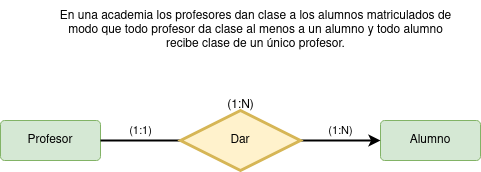
Angel-L-G/Base-Datos keeps this draw.io diagram as tareas base de datos/Actividades_Esquemas/Actividades_Esquemas/ejercicio_1.drawio.png. Above is the earlier version. Source tidied: cells renumbered, new cells last; positions are measured from the earlier drawing's top-left corner, leaving out a move shared by most shapes.
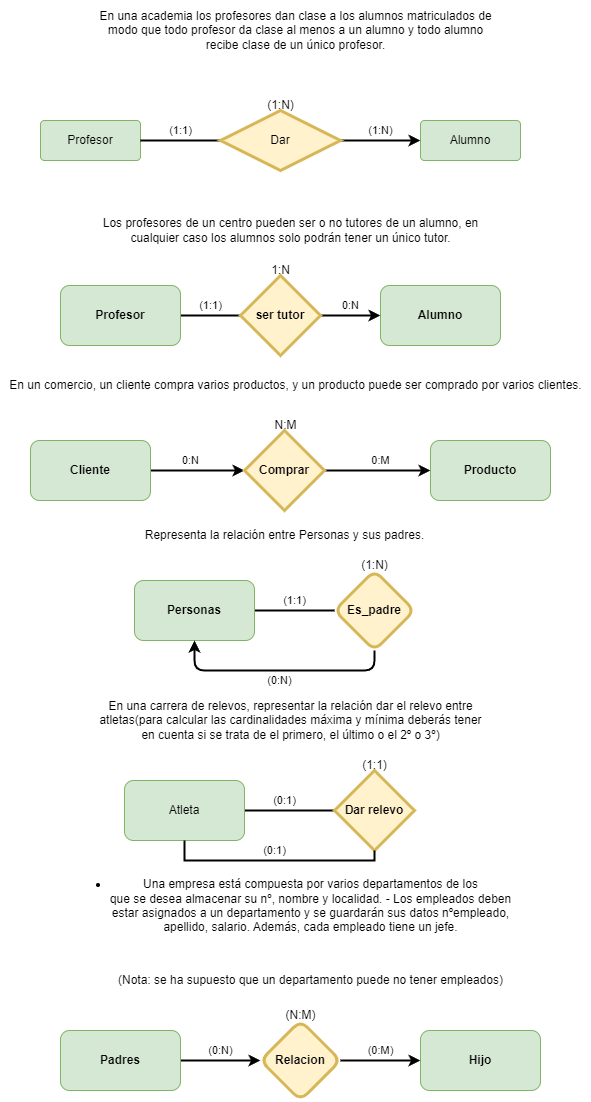
After the change.

Diff of the diagram source:
```diff
@@ -23,5 +23,109 @@
     <mxCell id="8" value="En una academia los profesores dan clase a los alumnos matriculados de &lt;br&gt;modo que todo profesor da clase al menos a un alumno y todo alumno &lt;br&gt;recibe clase de un único profesor." style="text;html=1;align=center;verticalAlign=middle;strokeColor=none;fillColor=none;fontColor=#000000;" parent="1" vertex="1">
       <mxGeometry x="50" width="410" height="60" as="geometry" />
     </mxCell>
+    <mxCell id="9" value="Los profesores de un centro pueden ser o no tutores de un alumno, en &lt;br&gt;cualquier caso los alumnos solo podrán tener un único tutor." style="text;html=1;align=center;verticalAlign=middle;strokeColor=none;fillColor=none;" parent="1" vertex="1">
+      <mxGeometry x="50" y="210" width="400" height="40" as="geometry" />
+    </mxCell>
+    <mxCell id="10" value="&lt;div&gt;(1:1)&lt;/div&gt;" style="edgeStyle=orthogonalEdgeStyle;rounded=0;jettySize=auto;html=1;entryX=0;entryY=0.5;entryDx=0;entryDy=0;endArrow=none;endFill=0;fillColor=#e1d5e7;strokeColor=#000000;strokeWidth=2;fontColor=#000000;" parent="1" edge="1" source="11" target="14">
+      <mxGeometry y="10" relative="1" as="geometry" />
+    </mxCell>
+    <mxCell id="11" value="&lt;b&gt;Profesor&lt;/b&gt;" style="rounded=1;whiteSpace=wrap;html=1;fillColor=#d5e8d4;strokeColor=#82b366;" parent="1" vertex="1">
+      <mxGeometry x="20" y="285" width="120" height="60" as="geometry" />
+    </mxCell>
+    <mxCell id="12" value="&lt;b&gt;Alumno&lt;/b&gt;" style="rounded=1;whiteSpace=wrap;html=1;fillColor=#d5e8d4;strokeColor=#82b366;" parent="1" vertex="1">
+      <mxGeometry x="340" y="285" width="120" height="60" as="geometry" />
+    </mxCell>
+    <mxCell id="13" value="0:N" style="edgeStyle=orthogonalEdgeStyle;rounded=0;jettySize=auto;html=1;entryX=0;entryY=0.5;entryDx=0;entryDy=0;endArrow=classic;endFill=1;fillColor=#e1d5e7;strokeColor=#000000;strokeWidth=2;fontColor=#000000;" parent="1" edge="1" source="14" target="12">
+      <mxGeometry y="10" relative="1" as="geometry" />
+    </mxCell>
+    <mxCell id="14" value="&lt;b&gt;ser tutor&lt;/b&gt;" style="rhombus;whiteSpace=wrap;html=1;fillColor=#fff2cc;strokeColor=#d6b656;strokeWidth=3;" parent="1" vertex="1">
+      <mxGeometry x="200" y="275" width="80" height="80" as="geometry" />
+    </mxCell>
+    <mxCell id="15" value="&lt;font&gt;1:N&lt;/font&gt;" style="text;html=1;align=center;verticalAlign=middle;strokeColor=none;fillColor=none;fontColor=#000000;" parent="1" vertex="1">
+      <mxGeometry x="220" y="255" width="40" height="30" as="geometry" />
+    </mxCell>
+    <mxCell id="16" value="0:N" style="edgeStyle=orthogonalEdgeStyle;rounded=0;jettySize=auto;html=1;entryX=0;entryY=0.5;entryDx=0;entryDy=0;endArrow=classic;endFill=1;fontColor=#000000;fillColor=#e1d5e7;strokeColor=#000000;strokeWidth=2;" parent="1" edge="1" source="17" target="22">
+      <mxGeometry x="-0.15" y="10" relative="1" as="geometry" />
+    </mxCell>
+    <mxCell id="17" value="&lt;b&gt;Cliente&lt;/b&gt;" style="rounded=1;whiteSpace=wrap;html=1;fillColor=#d5e8d4;strokeColor=#82b366;" parent="1" vertex="1">
+      <mxGeometry x="-10" y="440" width="120" height="60" as="geometry" />
+    </mxCell>
+    <mxCell id="18" value="&lt;b&gt;Producto&lt;/b&gt;" style="rounded=1;whiteSpace=wrap;html=1;fillColor=#d5e8d4;strokeColor=#82b366;" parent="1" vertex="1">
+      <mxGeometry x="390" y="440" width="120" height="60" as="geometry" />
+    </mxCell>
+    <mxCell id="19" value="0:M" style="edgeStyle=orthogonalEdgeStyle;rounded=0;jettySize=auto;html=1;entryX=0;entryY=0.5;entryDx=0;entryDy=0;endArrow=classic;endFill=1;exitX=1;exitY=0.5;exitDx=0;exitDy=0;strokeColor=#000000;fillColor=#e1d5e7;strokeWidth=2;fontColor=#000000;" parent="1" edge="1" source="22" target="18">
+      <mxGeometry x="0.06" y="10" relative="1" as="geometry" />
+    </mxCell>
+    <mxCell id="20" value="&lt;font&gt;En un comercio, un cliente compra varios productos, y un producto puede ser comprado por varios clientes.&lt;/font&gt;" style="text;html=1;align=center;verticalAlign=middle;strokeColor=none;fillColor=none;fontColor=#000000;" parent="1" vertex="1">
+      <mxGeometry x="-40" y="370" width="590" height="30" as="geometry" />
+    </mxCell>
+    <mxCell id="21" value="N:M" style="text;html=1;align=center;verticalAlign=middle;strokeColor=none;fillColor=none;fontColor=#000000;" parent="1" vertex="1">
+      <mxGeometry x="220" y="410" width="50" height="30" as="geometry" />
+    </mxCell>
+    <mxCell id="22" value="&lt;b&gt;Comprar&lt;/b&gt;" style="rhombus;whiteSpace=wrap;html=1;strokeWidth=3;fillColor=#fff2cc;strokeColor=#d6b656;" parent="1" vertex="1">
+      <mxGeometry x="204" y="430" width="80" height="80" as="geometry" />
+    </mxCell>
+    <mxCell id="23" value="(1:1)" style="edgeStyle=orthogonalEdgeStyle;rounded=1;jettySize=auto;html=1;entryX=0;entryY=0.5;entryDx=0;entryDy=0;endArrow=none;endFill=0;fillColor=#e1d5e7;strokeColor=#000000;strokeWidth=2;fontColor=#000000;" parent="1" edge="1" source="24" target="26">
+      <mxGeometry y="10" relative="1" as="geometry" />
+    </mxCell>
+    <mxCell id="24" value="&lt;b&gt;Personas&lt;/b&gt;" style="rounded=1;whiteSpace=wrap;html=1;fillColor=#d5e8d4;strokeColor=#82b366;" parent="1" vertex="1">
+      <mxGeometry x="94" y="580" width="120" height="60" as="geometry" />
+    </mxCell>
+    <mxCell id="25" value="(0:N)" style="edgeStyle=orthogonalEdgeStyle;rounded=1;jettySize=auto;html=1;entryX=0.5;entryY=1;entryDx=0;entryDy=0;endArrow=classic;endFill=1;strokeWidth=2;fillColor=#e1d5e7;strokeColor=#000000;fontColor=#000000;exitX=0.5;exitY=1;exitDx=0;exitDy=0;" parent="1" edge="1" source="26" target="24">
+      <mxGeometry y="10" relative="1" as="geometry" />
+    </mxCell>
+    <mxCell id="26" value="&lt;b&gt;Es_padre&lt;/b&gt;" style="rhombus;whiteSpace=wrap;html=1;rounded=1;fillColor=#fff2cc;strokeColor=#d6b656;strokeWidth=3;" parent="1" vertex="1">
+      <mxGeometry x="294" y="570" width="80" height="80" as="geometry" />
+    </mxCell>
+    <mxCell id="27" value="&lt;font&gt;Representa la relación entre Personas y sus padres.&lt;/font&gt;" style="text;html=1;align=center;verticalAlign=middle;strokeColor=none;fillColor=none;rounded=1;fontColor=#000000;" parent="1" vertex="1">
+      <mxGeometry x="94" y="520" width="300" height="30" as="geometry" />
+    </mxCell>
+    <mxCell id="28" value="(1:N)" style="text;html=1;align=center;verticalAlign=middle;strokeColor=none;fillColor=none;fontColor=#000000;" parent="1" vertex="1">
+      <mxGeometry x="309" y="550" width="50" height="30" as="geometry" />
+    </mxCell>
+    <mxCell id="29" value="&lt;font&gt;En una carrera de relevos, representar la relación dar el relevo entre &lt;br&gt;atletas(para calcular las cardinalidades máxima y mínima deberás tener &lt;br&gt;en cuenta si se trata de el primero, el último o el 2º o 3º)&lt;/font&gt;" style="text;html=1;align=center;verticalAlign=middle;strokeColor=none;fillColor=none;fontColor=#000000;" parent="1" vertex="1">
+      <mxGeometry x="45" y="690" width="410" height="60" as="geometry" />
+    </mxCell>
+    <mxCell id="30" value="(0:1)" style="edgeStyle=orthogonalEdgeStyle;rounded=0;jettySize=auto;html=1;entryX=0;entryY=0.5;entryDx=0;entryDy=0;endArrow=none;endFill=0;fillColor=#e1d5e7;strokeColor=#000000;strokeWidth=2;fontColor=#000000;" parent="1" edge="1" source="31" target="32">
+      <mxGeometry x="-0.11" y="10" relative="1" as="geometry" />
+    </mxCell>
+    <mxCell id="31" value="Atleta" style="rounded=1;whiteSpace=wrap;html=1;fillColor=#d5e8d4;strokeColor=#82b366;" parent="1" vertex="1">
+      <mxGeometry x="84" y="780" width="120" height="60" as="geometry" />
+    </mxCell>
+    <mxCell id="32" value="&lt;b&gt;Dar relevo&lt;br&gt;&lt;/b&gt;" style="rhombus;whiteSpace=wrap;html=1;fillColor=#fff2cc;strokeColor=#d6b656;strokeWidth=3;" parent="1" vertex="1">
+      <mxGeometry x="294" y="770" width="80" height="80" as="geometry" />
+    </mxCell>
+    <mxCell id="33" value="&lt;font&gt;(0:1)&lt;/font&gt;" style="edgeStyle=orthogonalEdgeStyle;rounded=0;jettySize=auto;html=1;endArrow=none;endFill=0;fillColor=#e1d5e7;strokeColor=#000000;strokeWidth=2;exitX=0.5;exitY=1;exitDx=0;exitDy=0;entryX=0.5;entryY=1;entryDx=0;entryDy=0;fontColor=#000000;" parent="1" edge="1" source="31" target="32">
+      <mxGeometry y="10" relative="1" as="geometry" />
+    </mxCell>
+    <mxCell id="34" value="(1:1)" style="text;html=1;align=center;verticalAlign=middle;strokeColor=none;fillColor=none;fontColor=#000000;" parent="1" vertex="1">
+      <mxGeometry x="309" y="750" width="50" height="30" as="geometry" />
+    </mxCell>
+    <mxCell id="35" value="(0:N)" style="edgeStyle=orthogonalEdgeStyle;rounded=1;jettySize=auto;html=1;entryX=0;entryY=0.5;entryDx=0;entryDy=0;endArrow=classic;endFill=1;fillColor=#e1d5e7;strokeColor=#000000;strokeWidth=2;fontColor=#000000;" parent="1" edge="1" source="36" target="39">
+      <mxGeometry y="10" relative="1" as="geometry" />
+    </mxCell>
+    <mxCell id="36" value="&lt;b&gt;Padres&lt;/b&gt;" style="rounded=1;whiteSpace=wrap;html=1;fillColor=#d5e8d4;strokeColor=#82b366;" parent="1" vertex="1">
+      <mxGeometry x="20" y="1030" width="120" height="60" as="geometry" />
+    </mxCell>
+    <mxCell id="37" value="&lt;b&gt;Hijo&lt;/b&gt;" style="rounded=1;whiteSpace=wrap;html=1;fillColor=#d5e8d4;strokeColor=#82b366;" parent="1" vertex="1">
+      <mxGeometry x="380" y="1030" width="120" height="60" as="geometry" />
+    </mxCell>
+    <mxCell id="38" value="(0:M)" style="edgeStyle=orthogonalEdgeStyle;rounded=1;jettySize=auto;html=1;entryX=0;entryY=0.5;entryDx=0;entryDy=0;endArrow=classic;endFill=1;strokeWidth=2;fillColor=#e1d5e7;strokeColor=#000000;fontColor=#000000;" parent="1" edge="1" source="39" target="37">
+      <mxGeometry y="10" relative="1" as="geometry">
+        <Array as="points">
+          <mxPoint x="340" y="1060" />
+          <mxPoint x="340" y="1060" />
+        </Array>
+      </mxGeometry>
+    </mxCell>
+    <mxCell id="39" value="&lt;b&gt;Relacion&lt;/b&gt;" style="rhombus;whiteSpace=wrap;html=1;rounded=1;fillColor=#fff2cc;strokeColor=#d6b656;strokeWidth=3;" parent="1" vertex="1">
+      <mxGeometry x="220" y="1020" width="80" height="80" as="geometry" />
+    </mxCell>
+    <mxCell id="40" value="&lt;ul dir=&quot;auto&quot;&gt;&lt;li&gt;&lt;p dir=&quot;auto&quot;&gt;Una empresa está compuesta por varios departamentos de los&lt;br&gt; que se desea almacenar su nº, nombre y localidad. - Los empleados deben&lt;br&gt; estar asignados a un departamento y se guardarán sus datos nºempleado, &lt;br&gt;apellido, salario. Además, cada empleado tiene un jefe.&lt;/p&gt;&lt;br&gt;&lt;p dir=&quot;auto&quot;&gt;(Nota: se ha supuesto que un departamento puede no tener empleados)&lt;/p&gt;&lt;br&gt;&lt;/li&gt;&lt;/ul&gt;" style="text;html=1;align=center;verticalAlign=middle;strokeColor=none;fillColor=none;rounded=1;" parent="1" vertex="1">
+      <mxGeometry x="20" y="860" width="460" height="170" as="geometry" />
+    </mxCell>
+    <mxCell id="41" value="(N:M)" style="text;html=1;align=center;verticalAlign=middle;strokeColor=none;fillColor=none;fontColor=#000000;" parent="1" vertex="1">
+      <mxGeometry x="235" y="1000" width="50" height="30" as="geometry" />
+    </mxCell>
   </root>
 </mxGraphModel>
```
